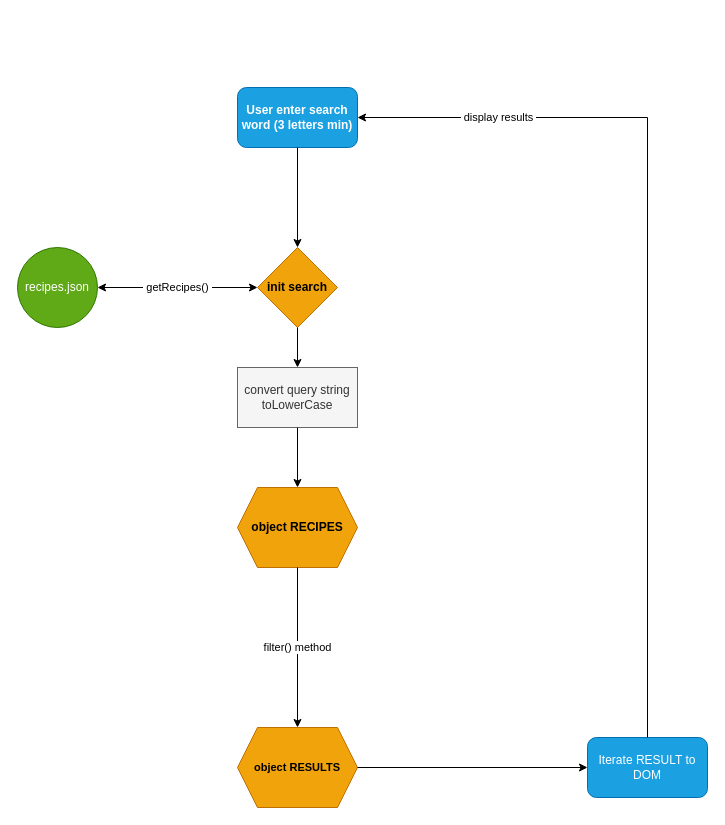
Before: algo_tests/petitsPlats_search_array.drawio in Peanuts-83/ThomasRanque_7_11022022, a draw.io diagram. Source tidied: cells renumbered, new cells numbered last; positions are measured from the earlier drawing's top-left corner, leaving out a move shared by most shapes. Both pictures are drawn from the tidied source at 100%, with x=0, y=0 at pixel (17, 87).
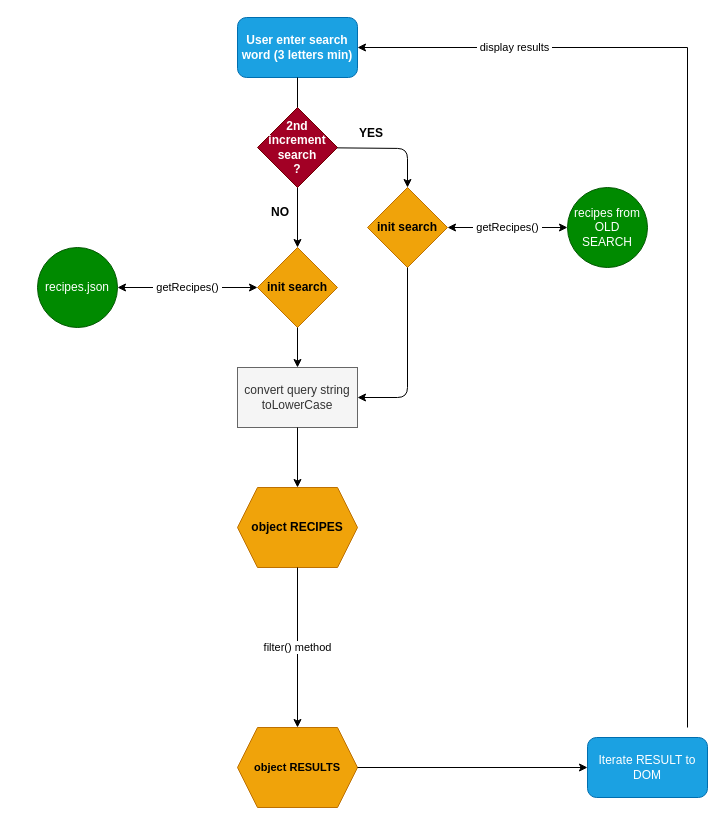
After the change.

Commit message (it also covers changes not shown here):
algorigram update & search comment

Unchanged cells that the change refers to:
```xml
<mxCell id="5" value="convert query string toLowerCase" style="rounded=0;whiteSpace=wrap;html=1;fillColor=#f5f5f5;fontColor=#333333;strokeColor=#666666;" parent="1" vertex="1">
  <mxGeometry x="220" y="280" width="120" height="60" as="geometry" />
</mxCell>
<mxCell id="7" value="Iterate RESULT to DOM" style="rounded=1;whiteSpace=wrap;html=1;fillColor=#1ba1e2;fontColor=#ffffff;strokeColor=#006EAF;" parent="1" vertex="1">
  <mxGeometry x="570" y="650" width="120" height="60" as="geometry" />
</mxCell>
```

Change to the diagram source:
```diff
@@
     <mxCell id="2" value="User enter search word (3 letters min)" style="rounded=1;whiteSpace=wrap;html=1;fillColor=#1ba1e2;strokeColor=#006EAF;fontStyle=1;fontColor=#ffffff;" parent="1" vertex="1">
-      <mxGeometry x="220" width="120" height="60" as="geometry" />
+      <mxGeometry x="220" y="-70" width="120" height="60" as="geometry" />
     </mxCell>
@@
-    <mxCell id="4" value="recipes.json" style="ellipse;whiteSpace=wrap;html=1;fillColor=#60a917;strokeColor=#2D7600;fontColor=#ffffff;" parent="1" vertex="1">
-      <mxGeometry y="160" width="80" height="80" as="geometry" />
+    <mxCell id="4" value="recipes.json" style="ellipse;whiteSpace=wrap;html=1;fillColor=#008a00;strokeColor=#005700;fontColor=#ffffff;" parent="1" vertex="1">
+      <mxGeometry x="20" y="160" width="80" height="80" as="geometry" />
     </mxCell>
@@
-    <mxCell id="12" value="&amp;nbsp;display results&amp;nbsp;" style="endArrow=classic;html=1;rounded=0;exitX=0.5;exitY=0;exitDx=0;exitDy=0;entryX=1;entryY=0.5;entryDx=0;entryDy=0;" parent="1" edge="1" source="7" target="2">
+    <mxCell id="12" value="&amp;nbsp;display results&amp;nbsp;" style="endArrow=classic;html=1;rounded=0;entryX=1;entryY=0.5;entryDx=0;entryDy=0;" parent="1" edge="1" target="2">
       <mxGeometry x="0.69" relative="1" as="geometry">
+        <mxPoint x="670" y="640" as="sourcePoint" />
         <Array as="points">
-          <mxPoint x="630" y="30" />
+          <mxPoint x="670" y="-40" />
         </Array>
       </mxGeometry>
     </mxCell>
@@
+    <mxCell id="16" value="2nd&lt;br&gt;increment&lt;br&gt;search&lt;br&gt;?" style="rhombus;whiteSpace=wrap;html=1;fillColor=#a20025;strokeColor=#6F0000;fontStyle=1;fontColor=#ffffff;" parent="1" vertex="1">
+      <mxGeometry x="240" y="20" width="80" height="80" as="geometry" />
+    </mxCell>
+    <mxCell id="17" value="&lt;b&gt;NO&lt;/b&gt;" style="text;html=1;strokeColor=none;fillColor=none;align=center;verticalAlign=middle;whiteSpace=wrap;rounded=0;" parent="1" vertex="1">
+      <mxGeometry x="233" y="110" width="60" height="30" as="geometry" />
+    </mxCell>
+    <mxCell id="18" value="init search" style="rhombus;whiteSpace=wrap;html=1;fillColor=#f0a30a;strokeColor=#BD7000;fontStyle=1;fontColor=#000000;" parent="1" vertex="1">
+      <mxGeometry x="350" y="100" width="80" height="80" as="geometry" />
+    </mxCell>
+    <mxCell id="19" value="recipes from&lt;br&gt;OLD SEARCH" style="ellipse;whiteSpace=wrap;html=1;fillColor=#008a00;strokeColor=#005700;fontColor=#ffffff;" parent="1" vertex="1">
+      <mxGeometry x="550" y="100" width="80" height="80" as="geometry" />
+    </mxCell>
+    <mxCell id="20" value="&amp;nbsp;getRecipes()&amp;nbsp;" style="endArrow=classic;startArrow=classic;html=1;rounded=0;entryX=0;entryY=0.5;entryDx=0;entryDy=0;exitX=1;exitY=0.5;exitDx=0;exitDy=0;" parent="1" edge="1" source="18" target="19">
+      <mxGeometry relative="1" as="geometry" />
+    </mxCell>
+    <mxCell id="21" value="&lt;b&gt;YES&lt;/b&gt;" style="text;html=1;strokeColor=none;fillColor=none;align=center;verticalAlign=middle;whiteSpace=wrap;rounded=0;" parent="1" vertex="1">
+      <mxGeometry x="324" y="31" width="60" height="30" as="geometry" />
+    </mxCell>
+    <mxCell id="22" style="endArrow=classic;html=1;entryX=0.5;entryY=0;entryDx=0;entryDy=0;" parent="1" edge="1" source="16" target="18">
+      <mxGeometry relative="1" as="geometry">
+        <Array as="points">
+          <mxPoint x="390" y="61" />
+        </Array>
+      </mxGeometry>
+    </mxCell>
+    <mxCell id="23" style="endArrow=classic;html=1;exitX=0.5;exitY=1;exitDx=0;exitDy=0;entryX=1;entryY=0.5;entryDx=0;entryDy=0;" parent="1" edge="1" source="18" target="5">
+      <mxGeometry relative="1" as="geometry">
+        <Array as="points">
+          <mxPoint x="390" y="310" />
+        </Array>
+      </mxGeometry>
+    </mxCell>
```
